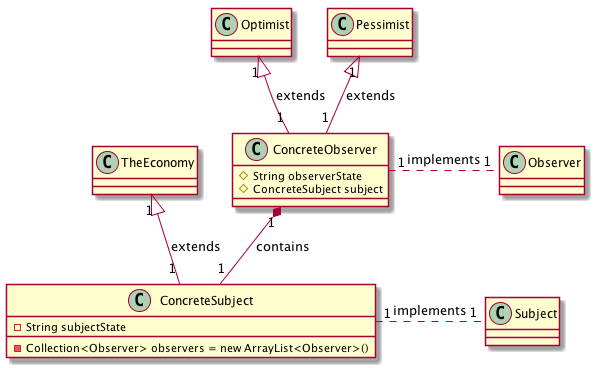
Before: UMLGenerator/uml-parser-test-4.png, a diagram exported from PlantUML (rashmishrm/UMLParser). The source it was exported from:
```plantuml
@startuml
class ConcreteObserver{
#String observerState
#ConcreteSubject subject
}

class ConcreteSubject{
-String subjectState
-Collection<Observer> observers = new ArrayList<Observer>()
}

class Observer{
}

class Optimist{
}

class Pessimist{
}

class Subject{
}

class TheEconomy{
}

ConcreteObserver  "1"  .   "1"  Observer : implements
ConcreteObserver  "1" *--  "1"  ConcreteSubject : contains
ConcreteSubject  "1"  .   "1"  Subject : implements
Optimist  "1" <|--  "1"  ConcreteObserver : extends
Pessimist  "1" <|--  "1"  ConcreteObserver : extends
TheEconomy  "1" <|--  "1"  ConcreteSubject : extends

@enduml
```
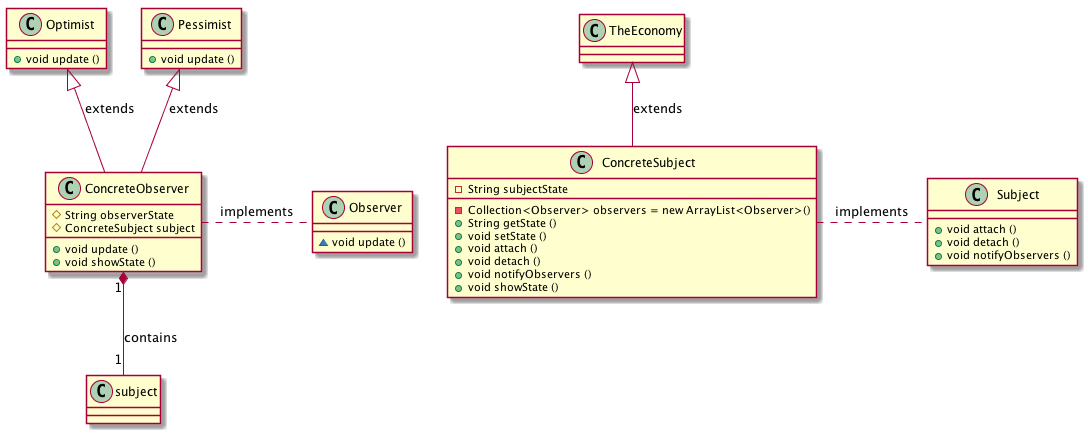
The same file after the commit.

Commit message:
--Changes for fetching collections type attributes

What changed in the source:
```diff
@@ -2,33 +2,47 @@
 class ConcreteObserver{
 #String observerState
 #ConcreteSubject subject
++void update ()
++void showState ()
 }
 
 class ConcreteSubject{
 -String subjectState
 -Collection<Observer> observers = new ArrayList<Observer>()
++String getState ()
++void setState ()
++void attach ()
++void detach ()
++void notifyObservers ()
++void showState ()
 }
 
 class Observer{
+~void update ()
 }
 
 class Optimist{
++void update ()
 }
 
 class Pessimist{
++void update ()
 }
 
 class Subject{
++void attach ()
++void detach ()
++void notifyObservers ()
 }
 
 class TheEconomy{
 }
 
-ConcreteObserver  "1"  .   "1"  Observer : implements
-ConcreteObserver  "1" *--  "1"  ConcreteSubject : contains
-ConcreteSubject  "1"  .   "1"  Subject : implements
-Optimist  "1" <|--  "1"  ConcreteObserver : extends
-Pessimist  "1" <|--  "1"  ConcreteObserver : extends
-TheEconomy  "1" <|--  "1"  ConcreteSubject : extends
+ConcreteObserver . Observer : implements
+ConcreteObserver  "1" *--  "1"  subject : contains
+ConcreteSubject . Subject : implements
+Optimist<|--ConcreteObserver : extends
+Pessimist<|--ConcreteObserver : extends
+TheEconomy<|--ConcreteSubject : extends
 
 @enduml
```
